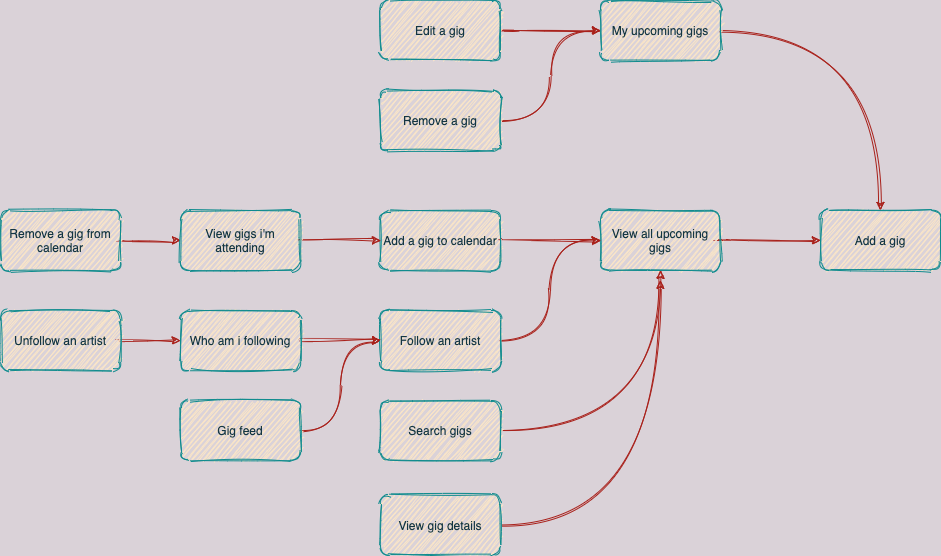
Before: Documentation/dependencies.png, a diagram exported from draw.io (RaynoldVanHeyningen/GigHub). Source tidied: cells renumbered, new cells last; positions are measured from the earlier drawing's top-left corner, leaving out a move shared by most shapes. Source of this version:
```xml
<mxGraphModel background="#DAD2D8">
  <root>
    <mxCell id="0" />
    <mxCell id="1" parent="0" />
    <mxCell id="2" value="Add a gig" style="whiteSpace=wrap;html=1;fillColor=#FAE5C7;strokeColor=#0F8B8D;fontColor=#143642;sketch=1;rounded=1;" parent="1" vertex="1">
      <mxGeometry x="820" y="210" width="120" height="60" as="geometry" />
    </mxCell>
    <mxCell id="3" style="edgeStyle=orthogonalEdgeStyle;jettySize=auto;html=1;entryX=0;entryY=0.5;entryDx=0;entryDy=0;strokeColor=#A8201A;fontColor=#143642;labelBackgroundColor=#DAD2D8;sketch=1;curved=1;" parent="1" edge="1" source="4" target="14">
      <mxGeometry relative="1" as="geometry" />
    </mxCell>
    <mxCell id="4" value="Edit a gig" style="whiteSpace=wrap;html=1;fillColor=#FAE5C7;strokeColor=#0F8B8D;fontColor=#143642;sketch=1;rounded=1;" parent="1" vertex="1">
      <mxGeometry x="380" width="120" height="60" as="geometry" />
    </mxCell>
    <mxCell id="5" style="edgeStyle=orthogonalEdgeStyle;jettySize=auto;html=1;entryX=0;entryY=0.5;entryDx=0;entryDy=0;strokeColor=#A8201A;fontColor=#143642;labelBackgroundColor=#DAD2D8;sketch=1;curved=1;" parent="1" edge="1" source="6" target="14">
      <mxGeometry relative="1" as="geometry" />
    </mxCell>
    <mxCell id="6" value="Remove a gig" style="whiteSpace=wrap;html=1;arcSize=12;fillColor=#FAE5C7;strokeColor=#0F8B8D;fontColor=#143642;sketch=1;rounded=1;" parent="1" vertex="1">
      <mxGeometry x="380" y="90" width="120" height="60" as="geometry" />
    </mxCell>
    <mxCell id="7" style="edgeStyle=orthogonalEdgeStyle;jettySize=auto;html=1;entryX=0;entryY=0.5;entryDx=0;entryDy=0;strokeColor=#A8201A;fontColor=#143642;labelBackgroundColor=#DAD2D8;sketch=1;curved=1;" parent="1" edge="1" source="8" target="2">
      <mxGeometry relative="1" as="geometry" />
    </mxCell>
    <mxCell id="8" value="View all upcoming gigs" style="whiteSpace=wrap;html=1;fillColor=#FAE5C7;strokeColor=#0F8B8D;fontColor=#143642;sketch=1;rounded=1;" parent="1" vertex="1">
      <mxGeometry x="600" y="210" width="120" height="60" as="geometry" />
    </mxCell>
    <mxCell id="9" style="edgeStyle=orthogonalEdgeStyle;jettySize=auto;html=1;entryX=0.5;entryY=1;entryDx=0;entryDy=0;strokeColor=#A8201A;fontColor=#143642;labelBackgroundColor=#DAD2D8;sketch=1;curved=1;" parent="1" edge="1" source="10" target="8">
      <mxGeometry relative="1" as="geometry" />
    </mxCell>
    <mxCell id="10" value="Search gigs" style="whiteSpace=wrap;html=1;fillColor=#FAE5C7;strokeColor=#0F8B8D;fontColor=#143642;sketch=1;rounded=1;" parent="1" vertex="1">
      <mxGeometry x="380" y="400" width="120" height="60" as="geometry" />
    </mxCell>
    <mxCell id="11" style="edgeStyle=orthogonalEdgeStyle;jettySize=auto;html=1;strokeColor=#A8201A;fontColor=#143642;labelBackgroundColor=#DAD2D8;sketch=1;curved=1;" parent="1" edge="1" source="12">
      <mxGeometry relative="1" as="geometry">
        <mxPoint x="660" y="280" as="targetPoint" />
      </mxGeometry>
    </mxCell>
    <mxCell id="12" value="View gig details" style="whiteSpace=wrap;html=1;fillColor=#FAE5C7;strokeColor=#0F8B8D;fontColor=#143642;sketch=1;rounded=1;" parent="1" vertex="1">
      <mxGeometry x="380" y="494.5" width="120" height="60" as="geometry" />
    </mxCell>
    <mxCell id="13" style="edgeStyle=orthogonalEdgeStyle;jettySize=auto;html=1;strokeColor=#A8201A;fontColor=#143642;labelBackgroundColor=#DAD2D8;sketch=1;curved=1;" parent="1" edge="1" source="14">
      <mxGeometry relative="1" as="geometry">
        <mxPoint x="880" y="210" as="targetPoint" />
      </mxGeometry>
    </mxCell>
    <mxCell id="14" value="My upcoming gigs" style="whiteSpace=wrap;html=1;fillColor=#FAE5C7;strokeColor=#0F8B8D;fontColor=#143642;sketch=1;rounded=1;" parent="1" vertex="1">
      <mxGeometry x="600" width="120" height="60" as="geometry" />
    </mxCell>
    <mxCell id="15" style="edgeStyle=orthogonalEdgeStyle;jettySize=auto;html=1;strokeColor=#A8201A;fontColor=#143642;labelBackgroundColor=#DAD2D8;sketch=1;curved=1;" parent="1" edge="1" source="16" target="8">
      <mxGeometry relative="1" as="geometry" />
    </mxCell>
    <mxCell id="16" value="Add a gig to calendar" style="whiteSpace=wrap;html=1;fillColor=#FAE5C7;strokeColor=#0F8B8D;fontColor=#143642;sketch=1;rounded=1;" parent="1" vertex="1">
      <mxGeometry x="380" y="210" width="120" height="60" as="geometry" />
    </mxCell>
    <mxCell id="17" style="edgeStyle=orthogonalEdgeStyle;jettySize=auto;html=1;entryX=0;entryY=0.5;entryDx=0;entryDy=0;strokeColor=#A8201A;fontColor=#143642;labelBackgroundColor=#DAD2D8;sketch=1;curved=1;" parent="1" edge="1" source="18" target="20">
      <mxGeometry relative="1" as="geometry" />
    </mxCell>
    <mxCell id="18" value="Remove a gig from calendar" style="whiteSpace=wrap;html=1;fillColor=#FAE5C7;strokeColor=#0F8B8D;fontColor=#143642;sketch=1;rounded=1;" parent="1" vertex="1">
      <mxGeometry y="210" width="120" height="60" as="geometry" />
    </mxCell>
    <mxCell id="19" style="edgeStyle=orthogonalEdgeStyle;jettySize=auto;html=1;entryX=0;entryY=0.5;entryDx=0;entryDy=0;strokeColor=#A8201A;fontColor=#143642;labelBackgroundColor=#DAD2D8;sketch=1;curved=1;" parent="1" edge="1" source="20" target="16">
      <mxGeometry relative="1" as="geometry" />
    </mxCell>
    <mxCell id="20" value="View gigs i'm attending" style="whiteSpace=wrap;html=1;fillColor=#FAE5C7;strokeColor=#0F8B8D;fontColor=#143642;sketch=1;rounded=1;" parent="1" vertex="1">
      <mxGeometry x="180" y="210" width="120" height="60" as="geometry" />
    </mxCell>
    <mxCell id="21" style="edgeStyle=orthogonalEdgeStyle;jettySize=auto;html=1;entryX=0;entryY=0.5;entryDx=0;entryDy=0;strokeColor=#A8201A;fontColor=#143642;labelBackgroundColor=#DAD2D8;sketch=1;curved=1;" parent="1" edge="1" source="22" target="8">
      <mxGeometry relative="1" as="geometry" />
    </mxCell>
    <mxCell id="22" value="Follow an artist" style="whiteSpace=wrap;html=1;fillColor=#FAE5C7;strokeColor=#0F8B8D;fontColor=#143642;sketch=1;rounded=1;" parent="1" vertex="1">
      <mxGeometry x="380" y="310" width="120" height="60" as="geometry" />
    </mxCell>
    <mxCell id="23" style="edgeStyle=orthogonalEdgeStyle;jettySize=auto;html=1;entryX=0;entryY=0.5;entryDx=0;entryDy=0;strokeColor=#A8201A;fontColor=#143642;labelBackgroundColor=#DAD2D8;sketch=1;curved=1;" parent="1" edge="1" source="24" target="26">
      <mxGeometry relative="1" as="geometry" />
    </mxCell>
    <mxCell id="24" value="Unfollow an artist" style="whiteSpace=wrap;html=1;fillColor=#FAE5C7;strokeColor=#0F8B8D;fontColor=#143642;sketch=1;rounded=1;" parent="1" vertex="1">
      <mxGeometry y="310" width="120" height="60" as="geometry" />
    </mxCell>
    <mxCell id="25" style="edgeStyle=orthogonalEdgeStyle;jettySize=auto;html=1;entryX=0;entryY=0.5;entryDx=0;entryDy=0;strokeColor=#A8201A;fontColor=#143642;labelBackgroundColor=#DAD2D8;sketch=1;curved=1;" parent="1" edge="1" source="26" target="22">
      <mxGeometry relative="1" as="geometry" />
    </mxCell>
    <mxCell id="26" value="Who am i following" style="whiteSpace=wrap;html=1;fillColor=#FAE5C7;strokeColor=#0F8B8D;fontColor=#143642;sketch=1;rounded=1;" parent="1" vertex="1">
      <mxGeometry x="180" y="310" width="120" height="60" as="geometry" />
    </mxCell>
    <mxCell id="27" style="edgeStyle=orthogonalEdgeStyle;jettySize=auto;html=1;entryX=0;entryY=0.5;entryDx=0;entryDy=0;strokeColor=#A8201A;fontColor=#143642;labelBackgroundColor=#DAD2D8;sketch=1;curved=1;" parent="1" edge="1" source="28" target="22">
      <mxGeometry relative="1" as="geometry" />
    </mxCell>
    <mxCell id="28" value="Gig feed" style="whiteSpace=wrap;html=1;fillColor=#FAE5C7;strokeColor=#0F8B8D;fontColor=#143642;sketch=1;rounded=1;" parent="1" vertex="1">
      <mxGeometry x="180" y="400" width="120" height="60" as="geometry" />
    </mxCell>
  </root>
</mxGraphModel>
```
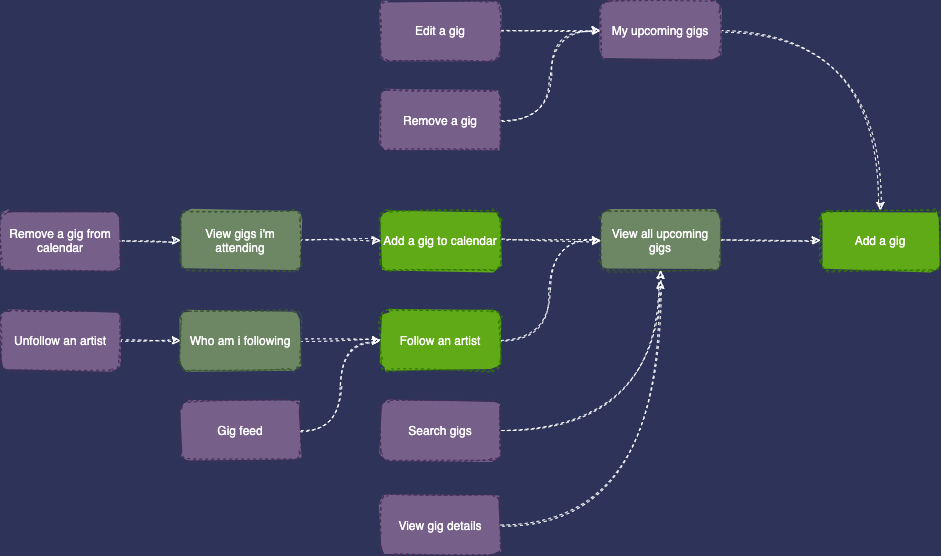
The same diagram one commit later.

Commit message:
Updated dependencies graphics

Change to the diagram source:
```diff
@@ -1,90 +1,90 @@
-<mxGraphModel background="#DAD2D8">
+<mxGraphModel background="#2E3459">
   <root>
     <mxCell id="0" />
     <mxCell id="1" parent="0" />
-    <mxCell id="2" value="Add a gig" style="whiteSpace=wrap;html=1;fillColor=#FAE5C7;strokeColor=#0F8B8D;fontColor=#143642;sketch=1;rounded=1;" parent="1" vertex="1">
+    <mxCell id="2" value="Add a gig" style="whiteSpace=wrap;html=1;fillColor=#60a917;strokeColor=#2D7600;fontColor=#ffffff;sketch=1;rounded=1;fillStyle=solid;dashed=1;" parent="1" vertex="1">
       <mxGeometry x="820" y="210" width="120" height="60" as="geometry" />
     </mxCell>
-    <mxCell id="3" style="edgeStyle=orthogonalEdgeStyle;jettySize=auto;html=1;entryX=0;entryY=0.5;entryDx=0;entryDy=0;strokeColor=#A8201A;fontColor=#143642;labelBackgroundColor=#DAD2D8;sketch=1;curved=1;" parent="1" edge="1" source="4" target="14">
+    <mxCell id="3" style="edgeStyle=orthogonalEdgeStyle;jettySize=auto;html=1;entryX=0;entryY=0.5;entryDx=0;entryDy=0;fontColor=#143642;labelBackgroundColor=#DAD2D8;sketch=1;curved=1;dashed=1;strokeColor=#FFFFFF;" parent="1" edge="1" source="4" target="14">
       <mxGeometry relative="1" as="geometry" />
     </mxCell>
-    <mxCell id="4" value="Edit a gig" style="whiteSpace=wrap;html=1;fillColor=#FAE5C7;strokeColor=#0F8B8D;fontColor=#143642;sketch=1;rounded=1;" parent="1" vertex="1">
+    <mxCell id="4" value="Edit a gig" style="whiteSpace=wrap;html=1;fillColor=#76608a;strokeColor=#432D57;fontColor=#ffffff;sketch=1;rounded=1;fillStyle=solid;dashed=1;" parent="1" vertex="1">
       <mxGeometry x="380" width="120" height="60" as="geometry" />
     </mxCell>
-    <mxCell id="5" style="edgeStyle=orthogonalEdgeStyle;jettySize=auto;html=1;entryX=0;entryY=0.5;entryDx=0;entryDy=0;strokeColor=#A8201A;fontColor=#143642;labelBackgroundColor=#DAD2D8;sketch=1;curved=1;" parent="1" edge="1" source="6" target="14">
+    <mxCell id="5" style="edgeStyle=orthogonalEdgeStyle;jettySize=auto;html=1;entryX=0;entryY=0.5;entryDx=0;entryDy=0;fontColor=#143642;labelBackgroundColor=#DAD2D8;sketch=1;curved=1;dashed=1;strokeColor=#FFFFFF;" parent="1" edge="1" source="6" target="14">
       <mxGeometry relative="1" as="geometry" />
     </mxCell>
-    <mxCell id="6" value="Remove a gig" style="whiteSpace=wrap;html=1;arcSize=12;fillColor=#FAE5C7;strokeColor=#0F8B8D;fontColor=#143642;sketch=1;rounded=1;" parent="1" vertex="1">
+    <mxCell id="6" value="Remove a gig" style="whiteSpace=wrap;html=1;arcSize=12;fillColor=#76608a;strokeColor=#432D57;fontColor=#ffffff;sketch=1;rounded=1;fillStyle=solid;dashed=1;" parent="1" vertex="1">
       <mxGeometry x="380" y="90" width="120" height="60" as="geometry" />
     </mxCell>
-    <mxCell id="7" style="edgeStyle=orthogonalEdgeStyle;jettySize=auto;html=1;entryX=0;entryY=0.5;entryDx=0;entryDy=0;strokeColor=#A8201A;fontColor=#143642;labelBackgroundColor=#DAD2D8;sketch=1;curved=1;" parent="1" edge="1" source="8" target="2">
+    <mxCell id="7" style="edgeStyle=orthogonalEdgeStyle;jettySize=auto;html=1;entryX=0;entryY=0.5;entryDx=0;entryDy=0;fontColor=#143642;labelBackgroundColor=#DAD2D8;sketch=1;curved=1;dashed=1;strokeColor=#FFFFFF;" parent="1" edge="1" source="8" target="2">
       <mxGeometry relative="1" as="geometry" />
     </mxCell>
-    <mxCell id="8" value="View all upcoming gigs" style="whiteSpace=wrap;html=1;fillColor=#FAE5C7;strokeColor=#0F8B8D;fontColor=#143642;sketch=1;rounded=1;" parent="1" vertex="1">
+    <mxCell id="8" value="View all upcoming gigs" style="whiteSpace=wrap;html=1;fillColor=#6d8764;strokeColor=#3A5431;fontColor=#ffffff;sketch=1;rounded=1;fillStyle=solid;dashed=1;" parent="1" vertex="1">
       <mxGeometry x="600" y="210" width="120" height="60" as="geometry" />
     </mxCell>
-    <mxCell id="9" style="edgeStyle=orthogonalEdgeStyle;jettySize=auto;html=1;entryX=0.5;entryY=1;entryDx=0;entryDy=0;strokeColor=#A8201A;fontColor=#143642;labelBackgroundColor=#DAD2D8;sketch=1;curved=1;" parent="1" edge="1" source="10" target="8">
+    <mxCell id="9" style="edgeStyle=orthogonalEdgeStyle;jettySize=auto;html=1;entryX=0.5;entryY=1;entryDx=0;entryDy=0;fontColor=#143642;labelBackgroundColor=#DAD2D8;sketch=1;curved=1;dashed=1;strokeColor=#FFFFFF;" parent="1" edge="1" source="10" target="8">
       <mxGeometry relative="1" as="geometry" />
     </mxCell>
-    <mxCell id="10" value="Search gigs" style="whiteSpace=wrap;html=1;fillColor=#FAE5C7;strokeColor=#0F8B8D;fontColor=#143642;sketch=1;rounded=1;" parent="1" vertex="1">
+    <mxCell id="10" value="Search gigs" style="whiteSpace=wrap;html=1;fillColor=#76608a;strokeColor=#432D57;fontColor=#ffffff;sketch=1;rounded=1;fillStyle=solid;dashed=1;" parent="1" vertex="1">
       <mxGeometry x="380" y="400" width="120" height="60" as="geometry" />
     </mxCell>
-    <mxCell id="11" style="edgeStyle=orthogonalEdgeStyle;jettySize=auto;html=1;strokeColor=#A8201A;fontColor=#143642;labelBackgroundColor=#DAD2D8;sketch=1;curved=1;" parent="1" edge="1" source="12">
+    <mxCell id="11" style="edgeStyle=orthogonalEdgeStyle;jettySize=auto;html=1;fontColor=#143642;labelBackgroundColor=#DAD2D8;sketch=1;curved=1;dashed=1;strokeColor=#FFFFFF;" parent="1" edge="1" source="12">
       <mxGeometry relative="1" as="geometry">
         <mxPoint x="660" y="280" as="targetPoint" />
       </mxGeometry>
     </mxCell>
-    <mxCell id="12" value="View gig details" style="whiteSpace=wrap;html=1;fillColor=#FAE5C7;strokeColor=#0F8B8D;fontColor=#143642;sketch=1;rounded=1;" parent="1" vertex="1">
+    <mxCell id="12" value="View gig details" style="whiteSpace=wrap;html=1;fillColor=#76608a;strokeColor=#432D57;fontColor=#ffffff;sketch=1;rounded=1;fillStyle=solid;dashed=1;" parent="1" vertex="1">
       <mxGeometry x="380" y="494.5" width="120" height="60" as="geometry" />
     </mxCell>
-    <mxCell id="13" style="edgeStyle=orthogonalEdgeStyle;jettySize=auto;html=1;strokeColor=#A8201A;fontColor=#143642;labelBackgroundColor=#DAD2D8;sketch=1;curved=1;" parent="1" edge="1" source="14">
+    <mxCell id="13" style="edgeStyle=orthogonalEdgeStyle;jettySize=auto;html=1;fontColor=#143642;labelBackgroundColor=#DAD2D8;sketch=1;curved=1;dashed=1;strokeColor=#FFFFFF;" parent="1" edge="1" source="14">
       <mxGeometry relative="1" as="geometry">
         <mxPoint x="880" y="210" as="targetPoint" />
       </mxGeometry>
     </mxCell>
-    <mxCell id="14" value="My upcoming gigs" style="whiteSpace=wrap;html=1;fillColor=#FAE5C7;strokeColor=#0F8B8D;fontColor=#143642;sketch=1;rounded=1;" parent="1" vertex="1">
+    <mxCell id="14" value="My upcoming gigs" style="whiteSpace=wrap;html=1;sketch=1;rounded=1;fillColor=#76608a;strokeColor=#432D57;fontColor=#ffffff;fillStyle=solid;dashed=1;" parent="1" vertex="1">
       <mxGeometry x="600" width="120" height="60" as="geometry" />
     </mxCell>
-    <mxCell id="15" style="edgeStyle=orthogonalEdgeStyle;jettySize=auto;html=1;strokeColor=#A8201A;fontColor=#143642;labelBackgroundColor=#DAD2D8;sketch=1;curved=1;" parent="1" edge="1" source="16" target="8">
+    <mxCell id="15" style="edgeStyle=orthogonalEdgeStyle;jettySize=auto;html=1;fontColor=#143642;labelBackgroundColor=#DAD2D8;sketch=1;curved=1;dashed=1;strokeColor=#FFFFFF;" parent="1" edge="1" source="16" target="8">
       <mxGeometry relative="1" as="geometry" />
     </mxCell>
-    <mxCell id="16" value="Add a gig to calendar" style="whiteSpace=wrap;html=1;fillColor=#FAE5C7;strokeColor=#0F8B8D;fontColor=#143642;sketch=1;rounded=1;" parent="1" vertex="1">
+    <mxCell id="16" value="Add a gig to calendar" style="whiteSpace=wrap;html=1;fillColor=#60a917;strokeColor=#2D7600;fontColor=#ffffff;sketch=1;rounded=1;glass=0;shadow=0;fillStyle=solid;dashed=1;" parent="1" vertex="1">
       <mxGeometry x="380" y="210" width="120" height="60" as="geometry" />
     </mxCell>
-    <mxCell id="17" style="edgeStyle=orthogonalEdgeStyle;jettySize=auto;html=1;entryX=0;entryY=0.5;entryDx=0;entryDy=0;strokeColor=#A8201A;fontColor=#143642;labelBackgroundColor=#DAD2D8;sketch=1;curved=1;" parent="1" edge="1" source="18" target="20">
+    <mxCell id="17" style="edgeStyle=orthogonalEdgeStyle;jettySize=auto;html=1;entryX=0;entryY=0.5;entryDx=0;entryDy=0;fontColor=#143642;labelBackgroundColor=#DAD2D8;sketch=1;curved=1;dashed=1;strokeColor=#FFFFFF;" parent="1" edge="1" source="18" target="20">
       <mxGeometry relative="1" as="geometry" />
     </mxCell>
-    <mxCell id="18" value="Remove a gig from calendar" style="whiteSpace=wrap;html=1;fillColor=#FAE5C7;strokeColor=#0F8B8D;fontColor=#143642;sketch=1;rounded=1;" parent="1" vertex="1">
+    <mxCell id="18" value="Remove a gig from calendar" style="whiteSpace=wrap;html=1;fillColor=#76608a;strokeColor=#432D57;fontColor=#ffffff;sketch=1;rounded=1;fillStyle=solid;dashed=1;" parent="1" vertex="1">
       <mxGeometry y="210" width="120" height="60" as="geometry" />
     </mxCell>
-    <mxCell id="19" style="edgeStyle=orthogonalEdgeStyle;jettySize=auto;html=1;entryX=0;entryY=0.5;entryDx=0;entryDy=0;strokeColor=#A8201A;fontColor=#143642;labelBackgroundColor=#DAD2D8;sketch=1;curved=1;" parent="1" edge="1" source="20" target="16">
+    <mxCell id="19" style="edgeStyle=orthogonalEdgeStyle;jettySize=auto;html=1;entryX=0;entryY=0.5;entryDx=0;entryDy=0;fontColor=#143642;labelBackgroundColor=#DAD2D8;sketch=1;curved=1;dashed=1;strokeColor=#FFFFFF;" parent="1" edge="1" source="20" target="16">
       <mxGeometry relative="1" as="geometry" />
     </mxCell>
-    <mxCell id="20" value="View gigs i'm attending" style="whiteSpace=wrap;html=1;fillColor=#FAE5C7;strokeColor=#0F8B8D;fontColor=#143642;sketch=1;rounded=1;" parent="1" vertex="1">
+    <mxCell id="20" value="View gigs i'm attending" style="whiteSpace=wrap;html=1;fillColor=#6d8764;strokeColor=#3A5431;fontColor=#ffffff;sketch=1;rounded=1;fillStyle=solid;dashed=1;" parent="1" vertex="1">
       <mxGeometry x="180" y="210" width="120" height="60" as="geometry" />
     </mxCell>
-    <mxCell id="21" style="edgeStyle=orthogonalEdgeStyle;jettySize=auto;html=1;entryX=0;entryY=0.5;entryDx=0;entryDy=0;strokeColor=#A8201A;fontColor=#143642;labelBackgroundColor=#DAD2D8;sketch=1;curved=1;" parent="1" edge="1" source="22" target="8">
+    <mxCell id="21" style="edgeStyle=orthogonalEdgeStyle;jettySize=auto;html=1;entryX=0;entryY=0.5;entryDx=0;entryDy=0;fontColor=#143642;labelBackgroundColor=#DAD2D8;sketch=1;curved=1;dashed=1;strokeColor=#FFFFFF;" parent="1" edge="1" source="22" target="8">
       <mxGeometry relative="1" as="geometry" />
     </mxCell>
-    <mxCell id="22" value="Follow an artist" style="whiteSpace=wrap;html=1;fillColor=#FAE5C7;strokeColor=#0F8B8D;fontColor=#143642;sketch=1;rounded=1;" parent="1" vertex="1">
+    <mxCell id="22" value="Follow an artist" style="whiteSpace=wrap;html=1;fillColor=#60a917;strokeColor=#2D7600;fontColor=#ffffff;sketch=1;rounded=1;glass=0;shadow=0;fillStyle=solid;dashed=1;" parent="1" vertex="1">
       <mxGeometry x="380" y="310" width="120" height="60" as="geometry" />
     </mxCell>
-    <mxCell id="23" style="edgeStyle=orthogonalEdgeStyle;jettySize=auto;html=1;entryX=0;entryY=0.5;entryDx=0;entryDy=0;strokeColor=#A8201A;fontColor=#143642;labelBackgroundColor=#DAD2D8;sketch=1;curved=1;" parent="1" edge="1" source="24" target="26">
+    <mxCell id="23" style="edgeStyle=orthogonalEdgeStyle;jettySize=auto;html=1;entryX=0;entryY=0.5;entryDx=0;entryDy=0;fontColor=#143642;labelBackgroundColor=#DAD2D8;sketch=1;curved=1;dashed=1;strokeColor=#FFFFFF;" parent="1" edge="1" source="24" target="26">
       <mxGeometry relative="1" as="geometry" />
     </mxCell>
-    <mxCell id="24" value="Unfollow an artist" style="whiteSpace=wrap;html=1;fillColor=#FAE5C7;strokeColor=#0F8B8D;fontColor=#143642;sketch=1;rounded=1;" parent="1" vertex="1">
+    <mxCell id="24" value="Unfollow an artist" style="whiteSpace=wrap;html=1;fillColor=#76608a;strokeColor=#432D57;fontColor=#ffffff;sketch=1;rounded=1;fillStyle=solid;dashed=1;" parent="1" vertex="1">
       <mxGeometry y="310" width="120" height="60" as="geometry" />
     </mxCell>
-    <mxCell id="25" style="edgeStyle=orthogonalEdgeStyle;jettySize=auto;html=1;entryX=0;entryY=0.5;entryDx=0;entryDy=0;strokeColor=#A8201A;fontColor=#143642;labelBackgroundColor=#DAD2D8;sketch=1;curved=1;" parent="1" edge="1" source="26" target="22">
+    <mxCell id="25" style="edgeStyle=orthogonalEdgeStyle;jettySize=auto;html=1;entryX=0;entryY=0.5;entryDx=0;entryDy=0;fontColor=#143642;labelBackgroundColor=#DAD2D8;sketch=1;curved=1;dashed=1;strokeColor=#FFFFFF;" parent="1" edge="1" source="26" target="22">
       <mxGeometry relative="1" as="geometry" />
     </mxCell>
-    <mxCell id="26" value="Who am i following" style="whiteSpace=wrap;html=1;fillColor=#FAE5C7;strokeColor=#0F8B8D;fontColor=#143642;sketch=1;rounded=1;" parent="1" vertex="1">
+    <mxCell id="26" value="Who am i following" style="whiteSpace=wrap;html=1;fillColor=#6d8764;strokeColor=#3A5431;fontColor=#ffffff;sketch=1;rounded=1;fillStyle=solid;dashed=1;" parent="1" vertex="1">
       <mxGeometry x="180" y="310" width="120" height="60" as="geometry" />
     </mxCell>
-    <mxCell id="27" style="edgeStyle=orthogonalEdgeStyle;jettySize=auto;html=1;entryX=0;entryY=0.5;entryDx=0;entryDy=0;strokeColor=#A8201A;fontColor=#143642;labelBackgroundColor=#DAD2D8;sketch=1;curved=1;" parent="1" edge="1" source="28" target="22">
+    <mxCell id="27" style="edgeStyle=orthogonalEdgeStyle;jettySize=auto;html=1;entryX=0;entryY=0.5;entryDx=0;entryDy=0;fontColor=#143642;labelBackgroundColor=#DAD2D8;sketch=1;curved=1;dashed=1;strokeColor=#FFFFFF;" parent="1" edge="1" source="28" target="22">
       <mxGeometry relative="1" as="geometry" />
     </mxCell>
-    <mxCell id="28" value="Gig feed" style="whiteSpace=wrap;html=1;fillColor=#FAE5C7;strokeColor=#0F8B8D;fontColor=#143642;sketch=1;rounded=1;" parent="1" vertex="1">
+    <mxCell id="28" value="Gig feed" style="whiteSpace=wrap;html=1;fillColor=#76608a;strokeColor=#432D57;fontColor=#ffffff;sketch=1;rounded=1;fillStyle=solid;dashed=1;" parent="1" vertex="1">
       <mxGeometry x="180" y="400" width="120" height="60" as="geometry" />
     </mxCell>
   </root>
```
